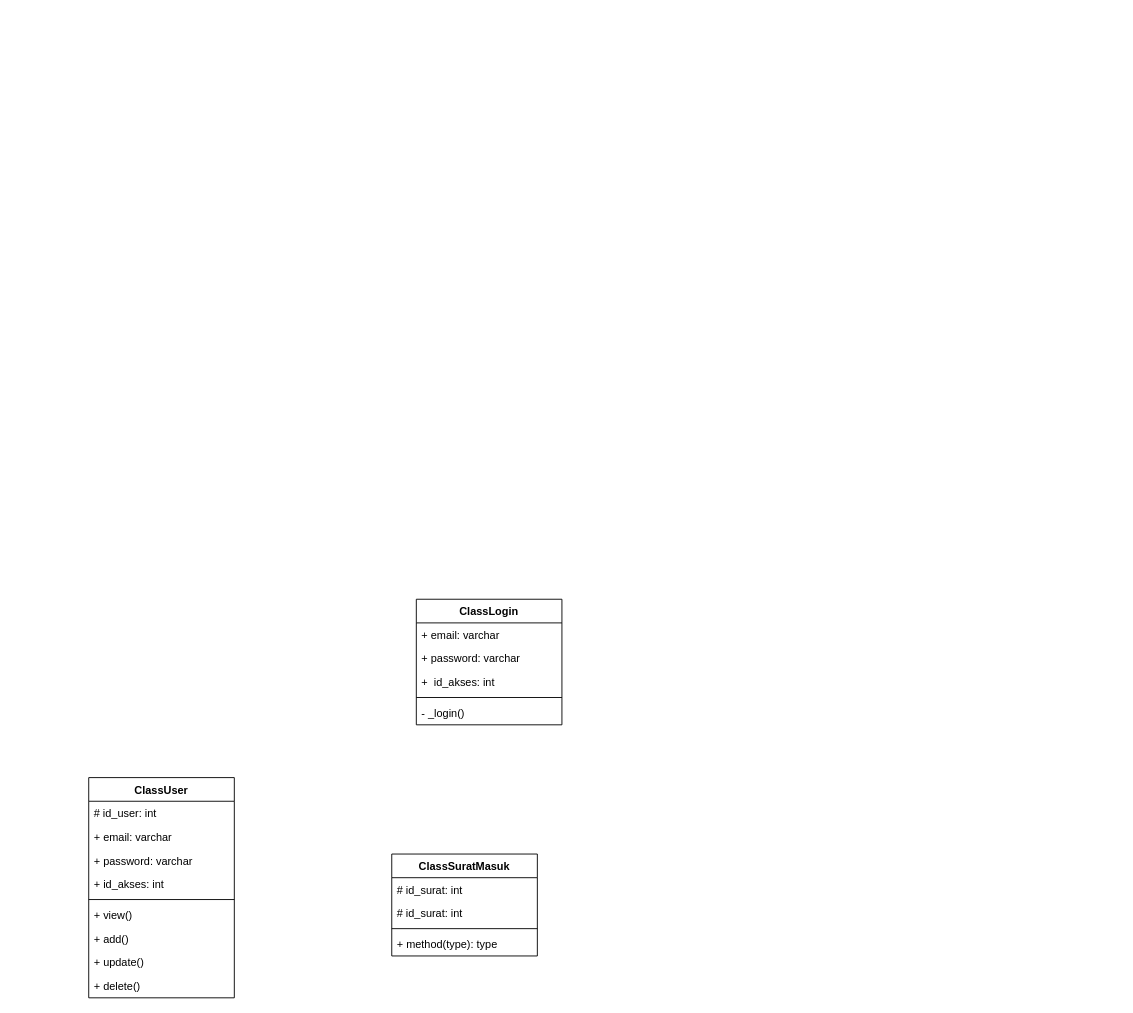
Rusadi-0/KULIAH keeps this draw.io diagram as page "login" (1 of 2) of UML/FILE drawio/4. CLASS DIAGRAM/CLASS DIAGRAM.drawio. Above is the earlier version. Source tidied: cells renumbered, new cells numbered last; positions are measured from the earlier drawing's top-left corner, leaving out a move shared by most shapes. Both pictures are drawn from the tidied source at 91%, with x=0, y=0 at pixel (88, 599).
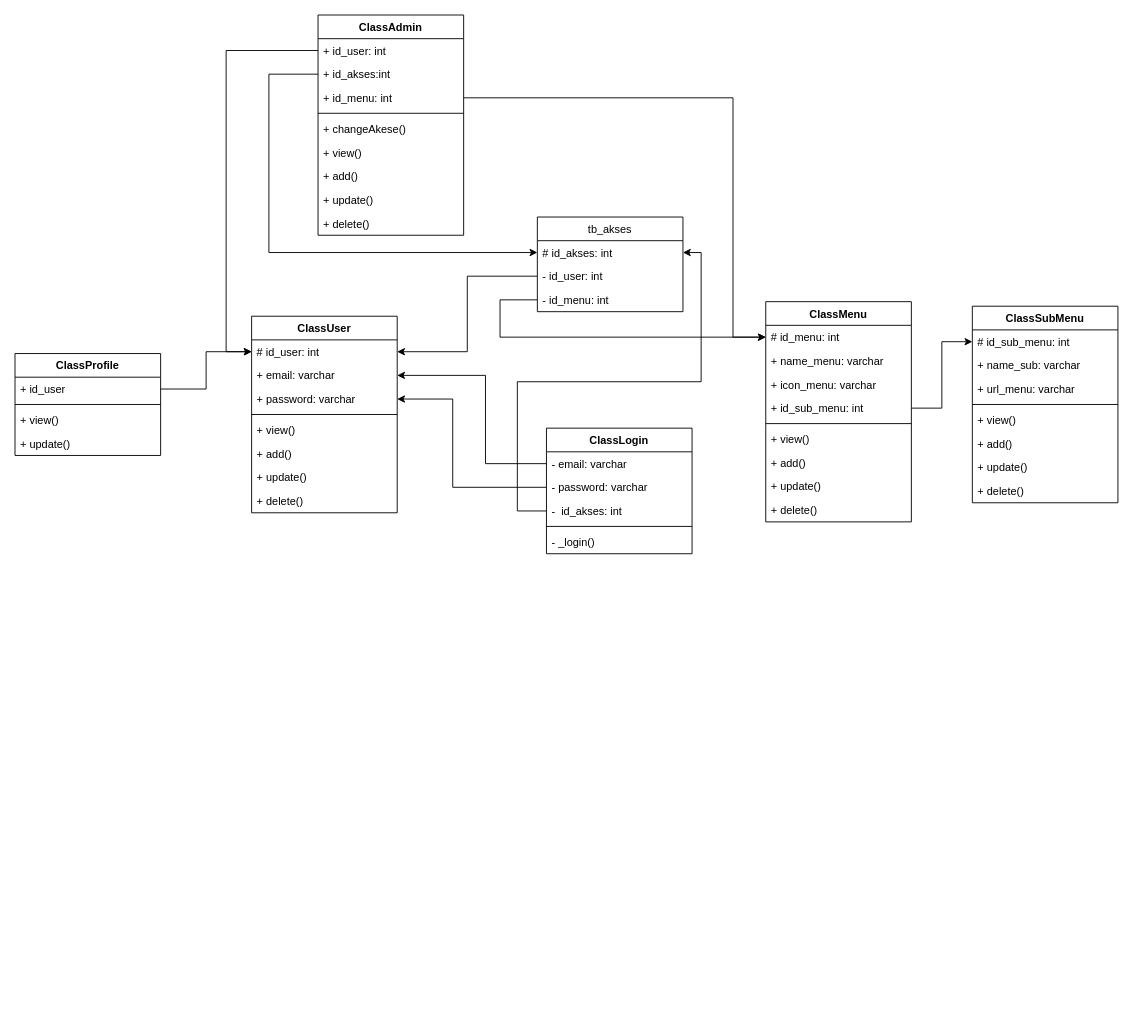
After the change.

Unchanged cells that the change refers to:
```xml
<mxCell id="9" value="# id_user: int" style="text;strokeColor=none;fillColor=none;align=left;verticalAlign=top;spacingLeft=4;spacingRight=4;overflow=hidden;points=[[0,0.5],[1,0.5]];portConstraint=eastwest;" parent="8" vertex="1">
  <mxGeometry y="26" width="160" height="26" as="geometry" />
</mxCell>
<mxCell id="10" value="+ email: varchar" style="text;strokeColor=none;fillColor=none;align=left;verticalAlign=top;spacingLeft=4;spacingRight=4;overflow=hidden;points=[[0,0.5],[1,0.5]];portConstraint=eastwest;" parent="8" vertex="1">
  <mxGeometry y="52" width="160" height="26" as="geometry" />
</mxCell>
<mxCell id="11" value="+ password: varchar" style="text;strokeColor=none;fillColor=none;align=left;verticalAlign=top;spacingLeft=4;spacingRight=4;overflow=hidden;points=[[0,0.5],[1,0.5]];portConstraint=eastwest;" parent="8" vertex="1">
  <mxGeometry y="78" width="160" height="26" as="geometry" />
</mxCell>
```

Change to the diagram source:
```diff
@@
     <mxCell id="2" value="ClassLogin" style="swimlane;fontStyle=1;align=center;verticalAlign=top;horizontal=1;startSize=26;" parent="1" vertex="1">
-      <mxGeometry x="360" width="160" height="138" as="geometry" />
+      <mxGeometry x="503" y="-188" width="160" height="138" as="geometry" />
     </mxCell>
-    <mxCell id="3" value="+ email: varchar" style="text;strokeColor=none;fillColor=none;align=left;verticalAlign=top;spacingLeft=4;spacingRight=4;overflow=hidden;points=[[0,0.5],[1,0.5]];portConstraint=eastwest;" parent="2" vertex="1">
+    <mxCell id="3" value="- email: varchar" style="text;strokeColor=none;fillColor=none;align=left;verticalAlign=top;spacingLeft=4;spacingRight=4;overflow=hidden;points=[[0,0.5],[1,0.5]];portConstraint=eastwest;" parent="2" vertex="1">
       <mxGeometry y="26" width="160" height="26" as="geometry" />
     </mxCell>
-    <mxCell id="4" value="+ password: varchar" style="text;strokeColor=none;fillColor=none;align=left;verticalAlign=top;spacingLeft=4;spacingRight=4;overflow=hidden;points=[[0,0.5],[1,0.5]];portConstraint=eastwest;" parent="2" vertex="1">
+    <mxCell id="4" value="- password: varchar" style="text;strokeColor=none;fillColor=none;align=left;verticalAlign=top;spacingLeft=4;spacingRight=4;overflow=hidden;points=[[0,0.5],[1,0.5]];portConstraint=eastwest;" parent="2" vertex="1">
       <mxGeometry y="52" width="160" height="26" as="geometry" />
     </mxCell>
-    <mxCell id="5" value="+  id_akses: int" style="text;strokeColor=none;fillColor=none;align=left;verticalAlign=top;spacingLeft=4;spacingRight=4;overflow=hidden;points=[[0,0.5],[1,0.5]];portConstraint=eastwest;" parent="2" vertex="1">
+    <mxCell id="5" value="-  id_akses: int" style="text;strokeColor=none;fillColor=none;align=left;verticalAlign=top;spacingLeft=4;spacingRight=4;overflow=hidden;points=[[0,0.5],[1,0.5]];portConstraint=eastwest;" parent="2" vertex="1">
       <mxGeometry y="78" width="160" height="26" as="geometry" />
     </mxCell>
@@
     <mxCell id="8" value="ClassUser" style="swimlane;fontStyle=1;align=center;verticalAlign=top;horizontal=1;startSize=26;" parent="1" vertex="1">
-      <mxGeometry y="196" width="160" height="242" as="geometry" />
+      <mxGeometry x="179" y="-311" width="160" height="216" as="geometry" />
     </mxCell>
@@
-    <mxCell id="12" value="+ id_akses: int" style="text;strokeColor=none;fillColor=none;align=left;verticalAlign=top;spacingLeft=4;spacingRight=4;overflow=hidden;" parent="8" vertex="1">
-      <mxGeometry y="104" width="160" height="26" as="geometry" />
-    </mxCell>
     <mxCell id="13" style="line;strokeWidth=1;fillColor=none;align=left;verticalAlign=middle;spacingTop=-1;spacingLeft=3;spacingRight=3;labelPosition=right;" parent="8" vertex="1">
-      <mxGeometry y="130" width="160" height="8" as="geometry" />
+      <mxGeometry y="104" width="160" height="8" as="geometry" />
     </mxCell>
     <mxCell id="14" value="+ view()" style="text;strokeColor=none;fillColor=none;align=left;verticalAlign=top;spacingLeft=4;spacingRight=4;overflow=hidden;" parent="8" vertex="1">
-      <mxGeometry y="138" width="160" height="26" as="geometry" />
+      <mxGeometry y="112" width="160" height="26" as="geometry" />
     </mxCell>
     <mxCell id="15" value="+ add()" style="text;strokeColor=none;fillColor=none;align=left;verticalAlign=top;spacingLeft=4;spacingRight=4;overflow=hidden;" parent="8" vertex="1">
-      <mxGeometry y="164" width="160" height="26" as="geometry" />
+      <mxGeometry y="138" width="160" height="26" as="geometry" />
     </mxCell>
     <mxCell id="16" value="+ update()" style="text;strokeColor=none;fillColor=none;align=left;verticalAlign=top;spacingLeft=4;spacingRight=4;overflow=hidden;" parent="8" vertex="1">
-      <mxGeometry y="190" width="160" height="26" as="geometry" />
+      <mxGeometry y="164" width="160" height="26" as="geometry" />
     </mxCell>
     <mxCell id="17" value="+ delete()" style="text;strokeColor=none;fillColor=none;align=left;verticalAlign=top;spacingLeft=4;spacingRight=4;overflow=hidden;" parent="8" vertex="1">
-      <mxGeometry y="216" width="160" height="26" as="geometry" />
+      <mxGeometry y="190" width="160" height="26" as="geometry" />
     </mxCell>
-    <mxCell id="18" value="ClassSuratMasuk" style="swimlane;fontStyle=1;align=center;verticalAlign=top;horizontal=1;startSize=26;" parent="1" vertex="1">
-      <mxGeometry x="333" y="280" width="160" height="112" as="geometry" />
-    </mxCell>
-    <mxCell id="19" value="# id_surat: int" style="text;strokeColor=none;fillColor=none;align=left;verticalAlign=top;spacingLeft=4;spacingRight=4;overflow=hidden;" parent="18" vertex="1">
-      <mxGeometry y="26" width="160" height="26" as="geometry" />
-    </mxCell>
-    <mxCell id="20" value="# id_surat: int" style="text;strokeColor=none;fillColor=none;align=left;verticalAlign=top;spacingLeft=4;spacingRight=4;overflow=hidden;" parent="18" vertex="1">
-      <mxGeometry y="52" width="160" height="26" as="geometry" />
-    </mxCell>
-    <mxCell id="21" style="line;strokeWidth=1;fillColor=none;align=left;verticalAlign=middle;spacingTop=-1;spacingLeft=3;spacingRight=3;labelPosition=right;" parent="18" vertex="1">
-      <mxGeometry y="78" width="160" height="8" as="geometry" />
-    </mxCell>
-    <mxCell id="22" value="+ method(type): type" style="text;strokeColor=none;fillColor=none;align=left;verticalAlign=top;spacingLeft=4;spacingRight=4;overflow=hidden;" parent="18" vertex="1">
-      <mxGeometry y="86" width="160" height="26" as="geometry" />
-    </mxCell>
+    <mxCell id="23" value="ClassMenu" style="swimlane;fontStyle=1;align=center;verticalAlign=top;horizontal=1;startSize=26;" parent="1" vertex="1">
+      <mxGeometry x="744" y="-327" width="160" height="242" as="geometry" />
+    </mxCell>
+    <mxCell id="24" value="# id_menu: int" style="text;strokeColor=none;fillColor=none;align=left;verticalAlign=top;spacingLeft=4;spacingRight=4;overflow=hidden;points=[[0,0.5],[1,0.5]];portConstraint=eastwest;" parent="23" vertex="1">
+      <mxGeometry y="26" width="160" height="26" as="geometry" />
+    </mxCell>
+    <mxCell id="25" value="+ name_menu: varchar" style="text;strokeColor=none;fillColor=none;align=left;verticalAlign=top;spacingLeft=4;spacingRight=4;overflow=hidden;" parent="23" vertex="1">
+      <mxGeometry y="52" width="160" height="26" as="geometry" />
+    </mxCell>
+    <mxCell id="26" value="+ icon_menu: varchar" style="text;strokeColor=none;fillColor=none;align=left;verticalAlign=top;spacingLeft=4;spacingRight=4;overflow=hidden;" parent="23" vertex="1">
+      <mxGeometry y="78" width="160" height="26" as="geometry" />
+    </mxCell>
+    <mxCell id="27" value="+ id_sub_menu: int" style="text;strokeColor=none;fillColor=none;align=left;verticalAlign=top;spacingLeft=4;spacingRight=4;overflow=hidden;points=[[0,0.5],[1,0.5]];portConstraint=eastwest;" parent="23" vertex="1">
+      <mxGeometry y="104" width="160" height="26" as="geometry" />
+    </mxCell>
+    <mxCell id="28" style="line;strokeWidth=1;fillColor=none;align=left;verticalAlign=middle;spacingTop=-1;spacingLeft=3;spacingRight=3;labelPosition=right;" parent="23" vertex="1">
+      <mxGeometry y="130" width="160" height="8" as="geometry" />
+    </mxCell>
+    <mxCell id="29" value="+ view()" style="text;strokeColor=none;fillColor=none;align=left;verticalAlign=top;spacingLeft=4;spacingRight=4;overflow=hidden;" parent="23" vertex="1">
+      <mxGeometry y="138" width="160" height="26" as="geometry" />
+    </mxCell>
+    <mxCell id="30" value="+ add()" style="text;strokeColor=none;fillColor=none;align=left;verticalAlign=top;spacingLeft=4;spacingRight=4;overflow=hidden;" parent="23" vertex="1">
+      <mxGeometry y="164" width="160" height="26" as="geometry" />
+    </mxCell>
+    <mxCell id="31" value="+ update()" style="text;strokeColor=none;fillColor=none;align=left;verticalAlign=top;spacingLeft=4;spacingRight=4;overflow=hidden;" parent="23" vertex="1">
+      <mxGeometry y="190" width="160" height="26" as="geometry" />
+    </mxCell>
+    <mxCell id="32" value="+ delete()" style="text;strokeColor=none;fillColor=none;align=left;verticalAlign=top;spacingLeft=4;spacingRight=4;overflow=hidden;" parent="23" vertex="1">
+      <mxGeometry y="216" width="160" height="26" as="geometry" />
+    </mxCell>
+    <mxCell id="33" value="ClassSubMenu" style="swimlane;fontStyle=1;align=center;verticalAlign=top;horizontal=1;startSize=26;" parent="1" vertex="1">
+      <mxGeometry x="971" y="-322" width="160" height="216" as="geometry" />
+    </mxCell>
+    <mxCell id="34" value="# id_sub_menu: int" style="text;strokeColor=none;fillColor=none;align=left;verticalAlign=top;spacingLeft=4;spacingRight=4;overflow=hidden;points=[[0,0.5],[1,0.5]];portConstraint=eastwest;" parent="33" vertex="1">
+      <mxGeometry y="26" width="160" height="26" as="geometry" />
+    </mxCell>
+    <mxCell id="35" value="+ name_sub: varchar" style="text;strokeColor=none;fillColor=none;align=left;verticalAlign=top;spacingLeft=4;spacingRight=4;overflow=hidden;" parent="33" vertex="1">
+      <mxGeometry y="52" width="160" height="26" as="geometry" />
+    </mxCell>
+    <mxCell id="36" value="+ url_menu: varchar" style="text;strokeColor=none;fillColor=none;align=left;verticalAlign=top;spacingLeft=4;spacingRight=4;overflow=hidden;" parent="33" vertex="1">
+      <mxGeometry y="78" width="160" height="26" as="geometry" />
+    </mxCell>
+    <mxCell id="37" style="line;strokeWidth=1;fillColor=none;align=left;verticalAlign=middle;spacingTop=-1;spacingLeft=3;spacingRight=3;labelPosition=right;" parent="33" vertex="1">
+      <mxGeometry y="104" width="160" height="8" as="geometry" />
+    </mxCell>
+    <mxCell id="38" value="+ view()" style="text;strokeColor=none;fillColor=none;align=left;verticalAlign=top;spacingLeft=4;spacingRight=4;overflow=hidden;" parent="33" vertex="1">
+      <mxGeometry y="112" width="160" height="26" as="geometry" />
+    </mxCell>
+    <mxCell id="39" value="+ add()" style="text;strokeColor=none;fillColor=none;align=left;verticalAlign=top;spacingLeft=4;spacingRight=4;overflow=hidden;" parent="33" vertex="1">
+      <mxGeometry y="138" width="160" height="26" as="geometry" />
+    </mxCell>
+    <mxCell id="40" value="+ update()" style="text;strokeColor=none;fillColor=none;align=left;verticalAlign=top;spacingLeft=4;spacingRight=4;overflow=hidden;" parent="33" vertex="1">
+      <mxGeometry y="164" width="160" height="26" as="geometry" />
+    </mxCell>
+    <mxCell id="41" value="+ delete()" style="text;strokeColor=none;fillColor=none;align=left;verticalAlign=top;spacingLeft=4;spacingRight=4;overflow=hidden;" parent="33" vertex="1">
+      <mxGeometry y="190" width="160" height="26" as="geometry" />
+    </mxCell>
+    <mxCell id="42" value="tb_akses" style="swimlane;fontStyle=0;align=center;verticalAlign=top;horizontal=1;startSize=26;" parent="1" vertex="1">
+      <mxGeometry x="493" y="-420" width="160" height="104" as="geometry" />
+    </mxCell>
+    <mxCell id="43" value="# id_akses: int" style="text;strokeColor=none;fillColor=none;align=left;verticalAlign=top;spacingLeft=4;spacingRight=4;overflow=hidden;points=[[0,0.5],[1,0.5]];portConstraint=eastwest;" parent="42" vertex="1">
+      <mxGeometry y="26" width="160" height="26" as="geometry" />
+    </mxCell>
+    <mxCell id="44" value="- id_user: int" style="text;strokeColor=none;fillColor=none;align=left;verticalAlign=top;spacingLeft=4;spacingRight=4;overflow=hidden;points=[[0,0.5],[1,0.5]];portConstraint=eastwest;" parent="42" vertex="1">
+      <mxGeometry y="52" width="160" height="26" as="geometry" />
+    </mxCell>
+    <mxCell id="45" value="- id_menu: int" style="text;strokeColor=none;fillColor=none;align=left;verticalAlign=top;spacingLeft=4;spacingRight=4;overflow=hidden;points=[[0,0.5],[1,0.5]];portConstraint=eastwest;" parent="42" vertex="1">
+      <mxGeometry y="78" width="160" height="26" as="geometry" />
+    </mxCell>
+    <mxCell id="46" value="ClassProfile" style="swimlane;fontStyle=1;align=center;verticalAlign=top;horizontal=1;startSize=26;" parent="1" vertex="1">
+      <mxGeometry x="-81" y="-270" width="160" height="112" as="geometry" />
+    </mxCell>
+    <mxCell id="47" value="+ id_user" style="text;strokeColor=none;fillColor=none;align=left;verticalAlign=top;spacingLeft=4;spacingRight=4;overflow=hidden;points=[[0,0.5],[1,0.5]];portConstraint=eastwest;" parent="46" vertex="1">
+      <mxGeometry y="26" width="160" height="26" as="geometry" />
+    </mxCell>
+    <mxCell id="48" style="line;strokeWidth=1;fillColor=none;align=left;verticalAlign=middle;spacingTop=-1;spacingLeft=3;spacingRight=3;labelPosition=right;" parent="46" vertex="1">
+      <mxGeometry y="52" width="160" height="8" as="geometry" />
+    </mxCell>
+    <mxCell id="49" value="+ view()" style="text;strokeColor=none;fillColor=none;align=left;verticalAlign=top;spacingLeft=4;spacingRight=4;overflow=hidden;" parent="46" vertex="1">
+      <mxGeometry y="60" width="160" height="26" as="geometry" />
+    </mxCell>
+    <mxCell id="50" value="+ update()" style="text;strokeColor=none;fillColor=none;align=left;verticalAlign=top;spacingLeft=4;spacingRight=4;overflow=hidden;" parent="46" vertex="1">
+      <mxGeometry y="86" width="160" height="26" as="geometry" />
+    </mxCell>
+    <mxCell id="51" style="edgeStyle=orthogonalEdgeStyle;rounded=0;jettySize=auto;html=1;" parent="1" edge="1" source="47" target="9">
+      <mxGeometry relative="1" as="geometry" />
+    </mxCell>
+    <mxCell id="52" style="edgeStyle=orthogonalEdgeStyle;rounded=0;jettySize=auto;html=1;" parent="1" edge="1" source="3" target="10">
+      <mxGeometry relative="1" as="geometry">
+        <Array as="points">
+          <mxPoint x="436" y="-149" />
+          <mxPoint x="436" y="-246" />
+        </Array>
+      </mxGeometry>
+    </mxCell>
+    <mxCell id="53" style="edgeStyle=orthogonalEdgeStyle;rounded=0;jettySize=auto;html=1;" parent="1" edge="1" source="4" target="11">
+      <mxGeometry relative="1" as="geometry">
+        <Array as="points">
+          <mxPoint x="400" y="-123" />
+          <mxPoint x="400" y="-220" />
+        </Array>
+      </mxGeometry>
+    </mxCell>
+    <mxCell id="54" style="edgeStyle=orthogonalEdgeStyle;rounded=0;jettySize=auto;html=1;" parent="1" edge="1" source="5" target="43">
+      <mxGeometry relative="1" as="geometry">
+        <Array as="points">
+          <mxPoint x="471" y="-97" />
+          <mxPoint x="471" y="-239" />
+          <mxPoint x="673" y="-239" />
+          <mxPoint x="673" y="-381" />
+        </Array>
+      </mxGeometry>
+    </mxCell>
+    <mxCell id="55" style="edgeStyle=orthogonalEdgeStyle;rounded=0;jettySize=auto;html=1;" parent="1" edge="1" source="44" target="9">
+      <mxGeometry relative="1" as="geometry" />
+    </mxCell>
+    <mxCell id="56" style="edgeStyle=orthogonalEdgeStyle;rounded=0;jettySize=auto;html=1;" parent="1" edge="1" source="45" target="24">
+      <mxGeometry relative="1" as="geometry">
+        <Array as="points">
+          <mxPoint x="452" y="-329" />
+          <mxPoint x="452" y="-288" />
+        </Array>
+      </mxGeometry>
+    </mxCell>
+    <mxCell id="57" style="edgeStyle=orthogonalEdgeStyle;rounded=0;jettySize=auto;html=1;" parent="1" edge="1" source="27" target="34">
+      <mxGeometry relative="1" as="geometry" />
+    </mxCell>
+    <mxCell id="58" value="ClassAdmin" style="swimlane;fontStyle=1;align=center;verticalAlign=top;horizontal=1;startSize=26;" parent="1" vertex="1">
+      <mxGeometry x="252" y="-642" width="160" height="242" as="geometry" />
+    </mxCell>
+    <mxCell id="59" value="+ id_user: int" style="text;strokeColor=none;fillColor=none;align=left;verticalAlign=top;spacingLeft=4;spacingRight=4;overflow=hidden;points=[[0,0.5],[1,0.5]];portConstraint=eastwest;" parent="58" vertex="1">
+      <mxGeometry y="26" width="160" height="26" as="geometry" />
+    </mxCell>
+    <mxCell id="60" value="+ id_akses:int" style="text;strokeColor=none;fillColor=none;align=left;verticalAlign=top;spacingLeft=4;spacingRight=4;overflow=hidden;points=[[0,0.5],[1,0.5]];portConstraint=eastwest;" parent="58" vertex="1">
+      <mxGeometry y="52" width="160" height="26" as="geometry" />
+    </mxCell>
+    <mxCell id="61" value="+ id_menu: int" style="text;strokeColor=none;fillColor=none;align=left;verticalAlign=top;spacingLeft=4;spacingRight=4;overflow=hidden;points=[[0,0.5],[1,0.5]];portConstraint=eastwest;" parent="58" vertex="1">
+      <mxGeometry y="78" width="160" height="26" as="geometry" />
+    </mxCell>
+    <mxCell id="62" style="line;strokeWidth=1;fillColor=none;align=left;verticalAlign=middle;spacingTop=-1;spacingLeft=3;spacingRight=3;labelPosition=right;" parent="58" vertex="1">
+      <mxGeometry y="104" width="160" height="8" as="geometry" />
+    </mxCell>
+    <mxCell id="63" value="+ changeAkese()" style="text;strokeColor=none;fillColor=none;align=left;verticalAlign=top;spacingLeft=4;spacingRight=4;overflow=hidden;" parent="58" vertex="1">
+      <mxGeometry y="112" width="160" height="26" as="geometry" />
+    </mxCell>
+    <mxCell id="64" value="+ view()" style="text;strokeColor=none;fillColor=none;align=left;verticalAlign=top;spacingLeft=4;spacingRight=4;overflow=hidden;" parent="58" vertex="1">
+      <mxGeometry y="138" width="160" height="26" as="geometry" />
+    </mxCell>
+    <mxCell id="65" value="+ add()" style="text;strokeColor=none;fillColor=none;align=left;verticalAlign=top;spacingLeft=4;spacingRight=4;overflow=hidden;" parent="58" vertex="1">
+      <mxGeometry y="164" width="160" height="26" as="geometry" />
+    </mxCell>
+    <mxCell id="66" value="+ update()" style="text;strokeColor=none;fillColor=none;align=left;verticalAlign=top;spacingLeft=4;spacingRight=4;overflow=hidden;" parent="58" vertex="1">
+      <mxGeometry y="190" width="160" height="26" as="geometry" />
+    </mxCell>
+    <mxCell id="67" value="+ delete()" style="text;strokeColor=none;fillColor=none;align=left;verticalAlign=top;spacingLeft=4;spacingRight=4;overflow=hidden;" parent="58" vertex="1">
+      <mxGeometry y="216" width="160" height="26" as="geometry" />
+    </mxCell>
+    <mxCell id="68" style="edgeStyle=orthogonalEdgeStyle;rounded=0;jettySize=auto;html=1;" parent="1" edge="1" source="59" target="9">
+      <mxGeometry relative="1" as="geometry">
+        <Array as="points">
+          <mxPoint x="151" y="-603" />
+          <mxPoint x="151" y="-272" />
+        </Array>
+      </mxGeometry>
+    </mxCell>
+    <mxCell id="69" style="edgeStyle=orthogonalEdgeStyle;rounded=0;jettySize=auto;html=1;" parent="1" edge="1" source="60" target="43">
+      <mxGeometry relative="1" as="geometry">
+        <Array as="points">
+          <mxPoint x="198" y="-577" />
+          <mxPoint x="198" y="-381" />
+        </Array>
+      </mxGeometry>
+    </mxCell>
+    <mxCell id="70" style="edgeStyle=orthogonalEdgeStyle;rounded=0;jettySize=auto;html=1;" parent="1" edge="1" source="61" target="24">
+      <mxGeometry relative="1" as="geometry">
+        <Array as="points">
+          <mxPoint x="708" y="-551" />
+          <mxPoint x="708" y="-288" />
+        </Array>
+      </mxGeometry>
+    </mxCell>
```
